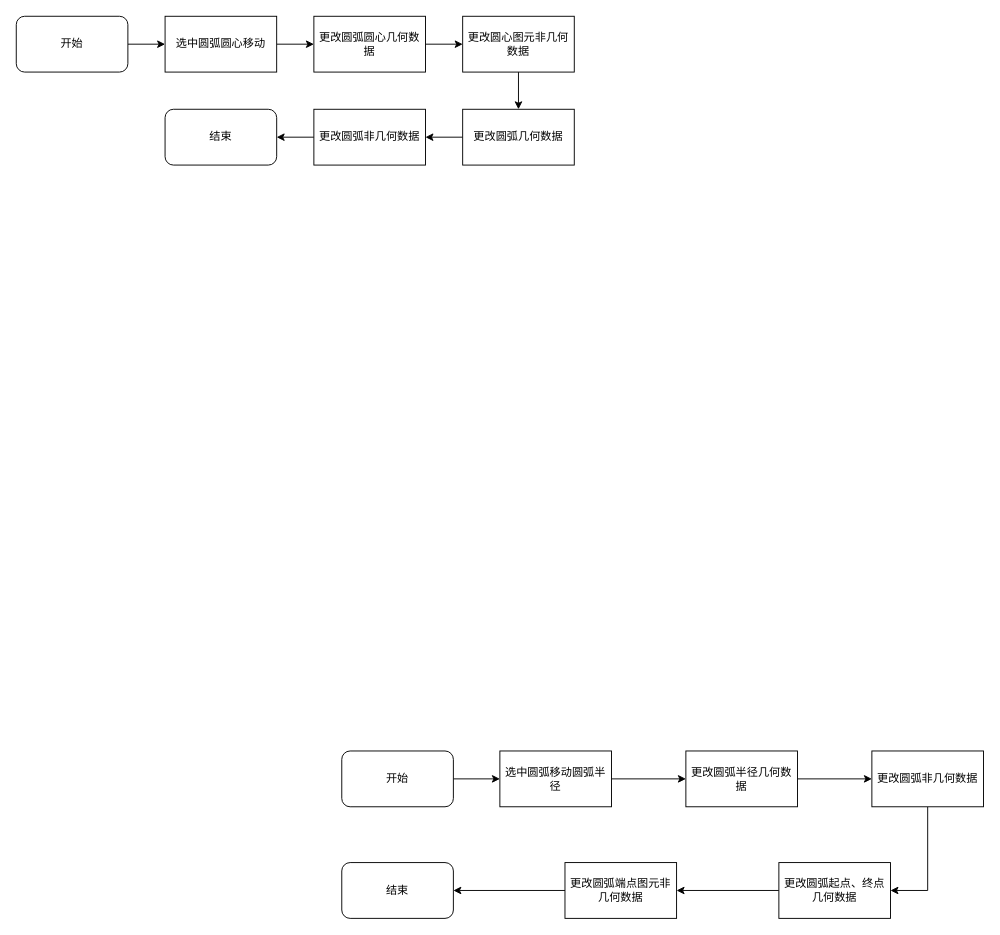
Before: 图元移动设计.drawio in liuhuliuhu123/First-test, a draw.io diagram. Source tidied: cells renumbered, new cells numbered last; positions are measured from the earlier drawing's top-left corner, leaving out a move shared by most shapes. Both pictures are drawn from the tidied source at 93%, with x=0, y=0 at pixel (16, 16).
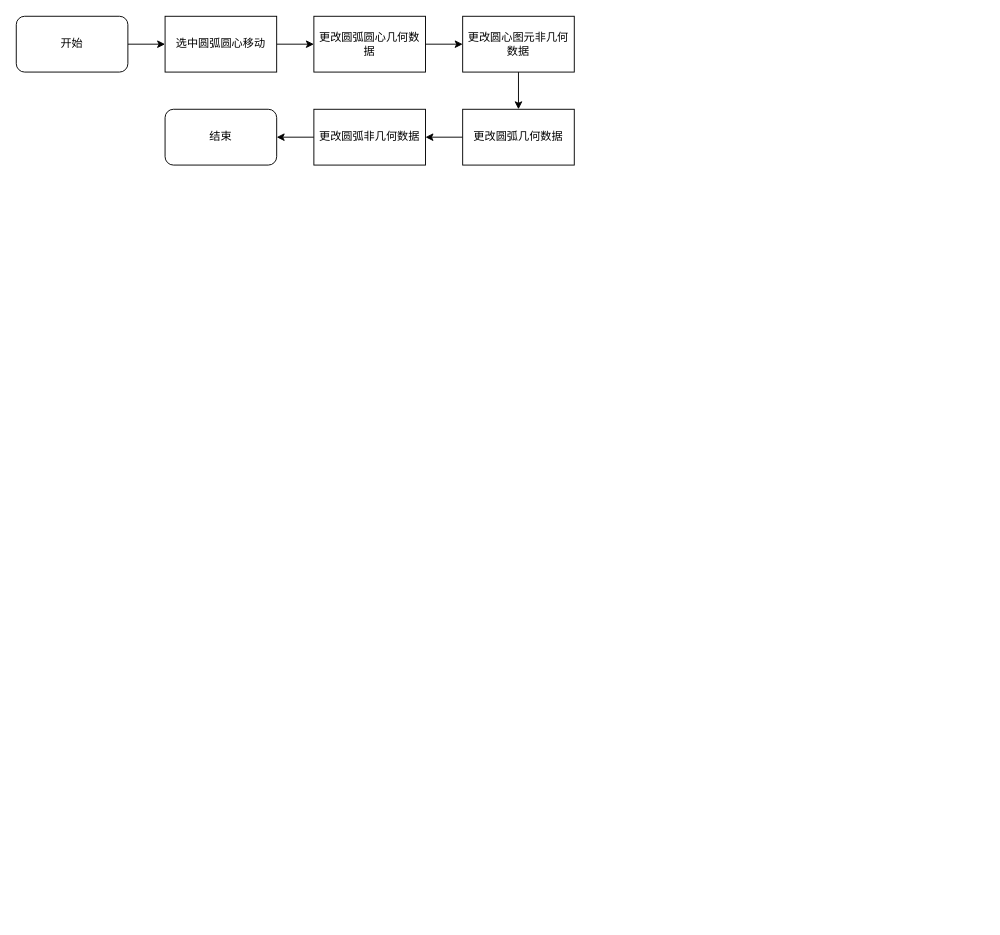
The same diagram, later.

Commit message (it also covers changes not shown here):
更新图元移动设计.drawio

What changed in the source:
```diff
@@
-    <mxCell id="15" style="edgeStyle=orthogonalEdgeStyle;rounded=0;jettySize=auto;html=1;entryX=0;entryY=0.5;entryDx=0;entryDy=0;" parent="1" edge="1" source="16" target="18">
-      <mxGeometry relative="1" as="geometry" />
-    </mxCell>
-    <mxCell id="16" value="开始" style="rounded=1;whiteSpace=wrap;html=1;" parent="1" vertex="1">
-      <mxGeometry x="350" y="790" width="120" height="60" as="geometry" />
-    </mxCell>
-    <mxCell id="17" style="edgeStyle=orthogonalEdgeStyle;rounded=0;jettySize=auto;html=1;" parent="1" edge="1" source="18" target="20">
-      <mxGeometry relative="1" as="geometry" />
-    </mxCell>
-    <mxCell id="18" value="选中圆弧移动圆弧半径" style="rounded=0;whiteSpace=wrap;html=1;" parent="1" vertex="1">
-      <mxGeometry x="520" y="790" width="120" height="60" as="geometry" />
-    </mxCell>
-    <mxCell id="19" style="edgeStyle=orthogonalEdgeStyle;rounded=0;jettySize=auto;html=1;" parent="1" edge="1" source="20" target="22">
-      <mxGeometry relative="1" as="geometry" />
-    </mxCell>
-    <mxCell id="20" value="更改圆弧半径几何数据" style="whiteSpace=wrap;html=1;rounded=0;" parent="1" vertex="1">
-      <mxGeometry x="720" y="790" width="120" height="60" as="geometry" />
-    </mxCell>
-    <mxCell id="21" style="edgeStyle=orthogonalEdgeStyle;rounded=0;jettySize=auto;html=1;entryX=1;entryY=0.5;entryDx=0;entryDy=0;" parent="1" edge="1" source="22" target="24">
-      <mxGeometry relative="1" as="geometry">
-        <Array as="points">
-          <mxPoint x="980" y="940" />
-        </Array>
-      </mxGeometry>
-    </mxCell>
-    <mxCell id="22" value="更改圆弧非几何数据" style="whiteSpace=wrap;html=1;rounded=0;" parent="1" vertex="1">
-      <mxGeometry x="920" y="790" width="120" height="60" as="geometry" />
-    </mxCell>
-    <mxCell id="23" style="edgeStyle=orthogonalEdgeStyle;rounded=0;jettySize=auto;html=1;entryX=1;entryY=0.5;entryDx=0;entryDy=0;" parent="1" edge="1" source="24" target="26">
-      <mxGeometry relative="1" as="geometry" />
-    </mxCell>
-    <mxCell id="24" value="更改圆弧起点、终点几何数据" style="rounded=0;whiteSpace=wrap;html=1;" parent="1" vertex="1">
-      <mxGeometry x="820" y="910" width="120" height="60" as="geometry" />
-    </mxCell>
-    <mxCell id="25" style="edgeStyle=orthogonalEdgeStyle;rounded=0;jettySize=auto;html=1;entryX=1;entryY=0.5;entryDx=0;entryDy=0;" parent="1" edge="1" source="26" target="27">
-      <mxGeometry relative="1" as="geometry" />
-    </mxCell>
-    <mxCell id="26" value="更改圆弧端点图元非几何数据" style="rounded=0;whiteSpace=wrap;html=1;" parent="1" vertex="1">
-      <mxGeometry x="590" y="910" width="120" height="60" as="geometry" />
-    </mxCell>
-    <mxCell id="27" value="结束" style="rounded=1;whiteSpace=wrap;html=1;" parent="1" vertex="1">
-      <mxGeometry x="350" y="910" width="120" height="60" as="geometry" />
-    </mxCell>
```
